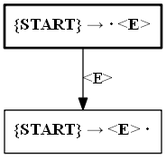
Above: lalr_collection_test.dot.png in tokenshift/appa (Graphviz), before the change. Its source is kept beside it as lalr_collection_test.dot.
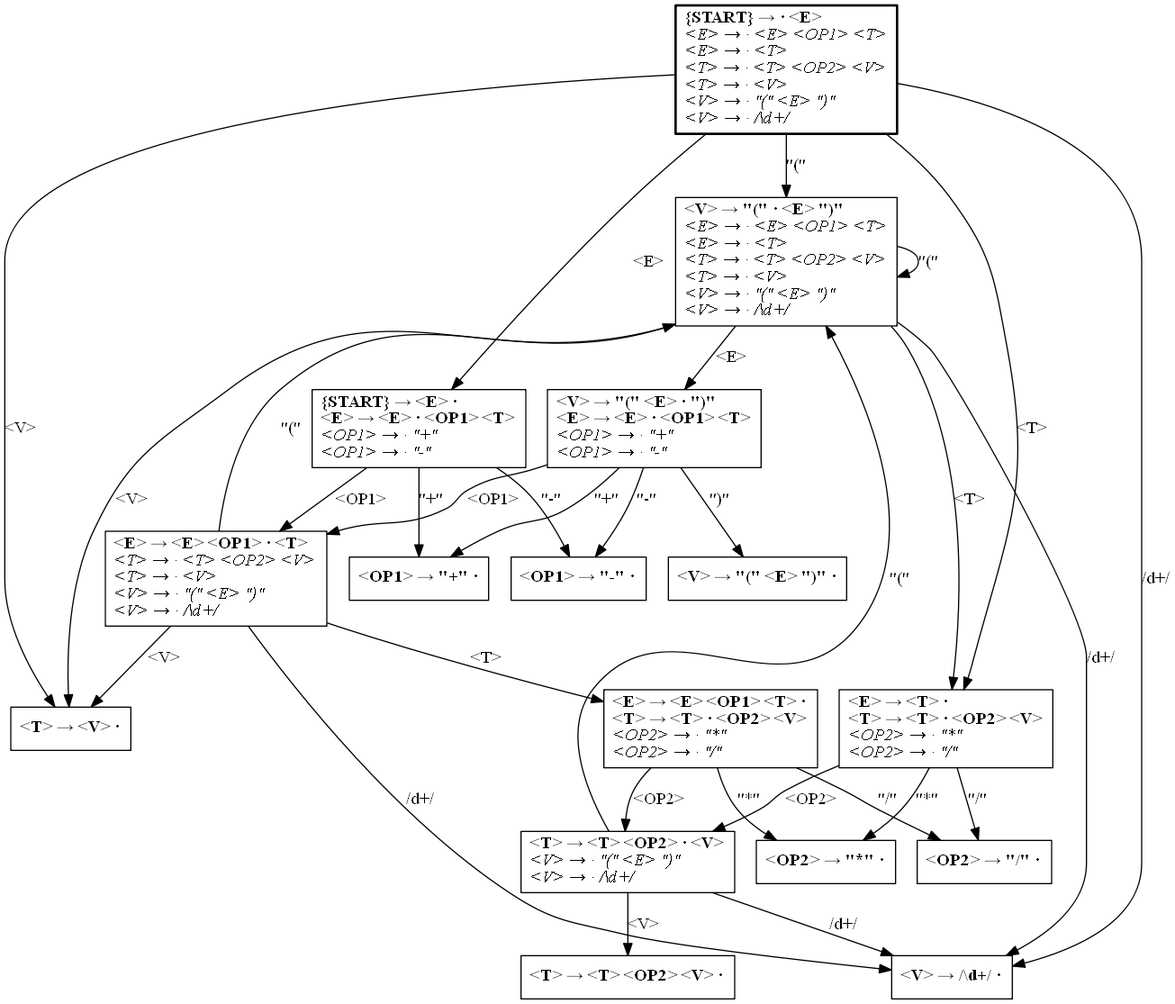
Above is the later version.

Commit message:
Implementing LALR set closure.

What changed in the source:
```diff
@@ -1,14 +1,144 @@
 digraph LALR_Collection {
 	node[shape=box];
 
-	1 [penwidth=2
+	1 [label=<<b>
+	&amp;lt;T&amp;gt; → &amp;lt;V&amp;gt; ·<br align="left" />
+	</b>>];
+
+	2 [label=<<b>
+	&amp;lt;V&amp;gt; → "(" · &amp;lt;E&amp;gt; ")"<br align="left" />
+	</b><i>
+	&amp;lt;E&amp;gt; → · &amp;lt;E&amp;gt; &amp;lt;OP1&amp;gt; &amp;lt;T&amp;gt;<br align="left" />
+	&amp;lt;E&amp;gt; → · &amp;lt;T&amp;gt;<br align="left" />
+	&amp;lt;T&amp;gt; → · &amp;lt;T&amp;gt; &amp;lt;OP2&amp;gt; &amp;lt;V&amp;gt;<br align="left" />
+	&amp;lt;T&amp;gt; → · &amp;lt;V&amp;gt;<br align="left" />
+	&amp;lt;V&amp;gt; → · "(" &amp;lt;E&amp;gt; ")"<br align="left" />
+	&amp;lt;V&amp;gt; → · /\d+/<br align="left" />
+	</i>>];
+
+	2 -> 3 [label="<E>"];
+	2 -> 4 [label="<T>"];
+	2 -> 1 [label="<V>"];
+	2 -> 2 [label="\"(\""];
+	2 -> 5 [label="/\d+/"];
+
+	5 [label=<<b>
+	&amp;lt;V&amp;gt; → /\d+/ ·<br align="left" />
+	</b>>];
+
+	6 [label=<<b>
+	&amp;lt;OP1&amp;gt; → "+" ·<br align="left" />
+	</b>>];
+
+	7 [label=<<b>
+	&amp;lt;T&amp;gt; → &amp;lt;T&amp;gt; &amp;lt;OP2&amp;gt; &amp;lt;V&amp;gt; ·<br align="left" />
+	</b>>];
+
+	8 [label=<<b>
+	&amp;lt;V&amp;gt; → "(" &amp;lt;E&amp;gt; ")" ·<br align="left" />
+	</b>>];
+
+	4 [label=<<b>
+	&amp;lt;E&amp;gt; → &amp;lt;T&amp;gt; ·<br align="left" />
+	&amp;lt;T&amp;gt; → &amp;lt;T&amp;gt; · &amp;lt;OP2&amp;gt; &amp;lt;V&amp;gt;<br align="left" />
+	</b><i>
+	&amp;lt;OP2&amp;gt; → · "*"<br align="left" />
+	&amp;lt;OP2&amp;gt; → · "/"<br align="left" />
+	</i>>];
+
+	4 -> 9 [label="<OP2>"];
+	4 -> 10 [label="\"*\""];
+	4 -> 11 [label="\"/\""];
+
+	12 [label=<<b>
+	&amp;lt;E&amp;gt; → &amp;lt;E&amp;gt; &amp;lt;OP1&amp;gt; · &amp;lt;T&amp;gt;<br align="left" />
+	</b><i>
+	&amp;lt;T&amp;gt; → · &amp;lt;T&amp;gt; &amp;lt;OP2&amp;gt; &amp;lt;V&amp;gt;<br align="left" />
+	&amp;lt;T&amp;gt; → · &amp;lt;V&amp;gt;<br align="left" />
+	&amp;lt;V&amp;gt; → · "(" &amp;lt;E&amp;gt; ")"<br align="left" />
+	&amp;lt;V&amp;gt; → · /\d+/<br align="left" />
+	</i>>];
+
+	12 -> 13 [label="<T>"];
+	12 -> 1 [label="<V>"];
+	12 -> 2 [label="\"(\""];
+	12 -> 5 [label="/\d+/"];
+
+	14 [label=<<b>
+	&amp;lt;OP1&amp;gt; → "-" ·<br align="left" />
+	</b>>];
+
+	9 [label=<<b>
+	&amp;lt;T&amp;gt; → &amp;lt;T&amp;gt; &amp;lt;OP2&amp;gt; · &amp;lt;V&amp;gt;<br align="left" />
+	</b><i>
+	&amp;lt;V&amp;gt; → · "(" &amp;lt;E&amp;gt; ")"<br align="left" />
+	&amp;lt;V&amp;gt; → · /\d+/<br align="left" />
+	</i>>];
+
+	9 -> 7 [label="<V>"];
+	9 -> 2 [label="\"(\""];
+	9 -> 5 [label="/\d+/"];
+
+	13 [label=<<b>
+	&amp;lt;E&amp;gt; → &amp;lt;E&amp;gt; &amp;lt;OP1&amp;gt; &amp;lt;T&amp;gt; ·<br align="left" />
+	&amp;lt;T&amp;gt; → &amp;lt;T&amp;gt; · &amp;lt;OP2&amp;gt; &amp;lt;V&amp;gt;<br align="left" />
+	</b><i>
+	&amp;lt;OP2&amp;gt; → · "*"<br align="left" />
+	&amp;lt;OP2&amp;gt; → · "/"<br align="left" />
+	</i>>];
+
+	13 -> 9 [label="<OP2>"];
+	13 -> 10 [label="\"*\""];
+	13 -> 11 [label="\"/\""];
+
+	15 [penwidth=2
 	label=<<b>
 	{START} → · &amp;lt;E&amp;gt;<br align="left" />
+	</b><i>
+	&amp;lt;E&amp;gt; → · &amp;lt;E&amp;gt; &amp;lt;OP1&amp;gt; &amp;lt;T&amp;gt;<br align="left" />
+	&amp;lt;E&amp;gt; → · &amp;lt;T&amp;gt;<br align="left" />
+	&amp;lt;T&amp;gt; → · &amp;lt;T&amp;gt; &amp;lt;OP2&amp;gt; &amp;lt;V&amp;gt;<br align="left" />
+	&amp;lt;T&amp;gt; → · &amp;lt;V&amp;gt;<br align="left" />
+	&amp;lt;V&amp;gt; → · "(" &amp;lt;E&amp;gt; ")"<br align="left" />
+	&amp;lt;V&amp;gt; → · /\d+/<br align="left" />
+	</i>>];
+
+	15 -> 16 [label="<E>"];
+	15 -> 4 [label="<T>"];
+	15 -> 1 [label="<V>"];
+	15 -> 2 [label="\"(\""];
+	15 -> 5 [label="/\d+/"];
+
+	16 [label=<<b>
+	{START} → &amp;lt;E&amp;gt; ·<br align="left" />
+	&amp;lt;E&amp;gt; → &amp;lt;E&amp;gt; · &amp;lt;OP1&amp;gt; &amp;lt;T&amp;gt;<br align="left" />
+	</b><i>
+	&amp;lt;OP1&amp;gt; → · "+"<br align="left" />
+	&amp;lt;OP1&amp;gt; → · "-"<br align="left" />
+	</i>>];
+
+	16 -> 12 [label="<OP1>"];
+	16 -> 6 [label="\"+\""];
+	16 -> 14 [label="\"-\""];
+
+	10 [label=<<b>
+	&amp;lt;OP2&amp;gt; → "*" ·<br align="left" />
 	</b>>];
 
-	1 -> 2 [label="<E>"];
+	3 [label=<<b>
+	&amp;lt;V&amp;gt; → "(" &amp;lt;E&amp;gt; · ")"<br align="left" />
+	&amp;lt;E&amp;gt; → &amp;lt;E&amp;gt; · &amp;lt;OP1&amp;gt; &amp;lt;T&amp;gt;<br align="left" />
+	</b><i>
+	&amp;lt;OP1&amp;gt; → · "+"<br align="left" />
+	&amp;lt;OP1&amp;gt; → · "-"<br align="left" />
+	</i>>];
 
-	2 [label=<<b>
-	{START} → &amp;lt;E&amp;gt; ·<br align="left" />
+	3 -> 8 [label="\")\""];
+	3 -> 12 [label="<OP1>"];
+	3 -> 6 [label="\"+\""];
+	3 -> 14 [label="\"-\""];
+
+	11 [label=<<b>
+	&amp;lt;OP2&amp;gt; → "/" ·<br align="left" />
 	</b>>];
 }
```
